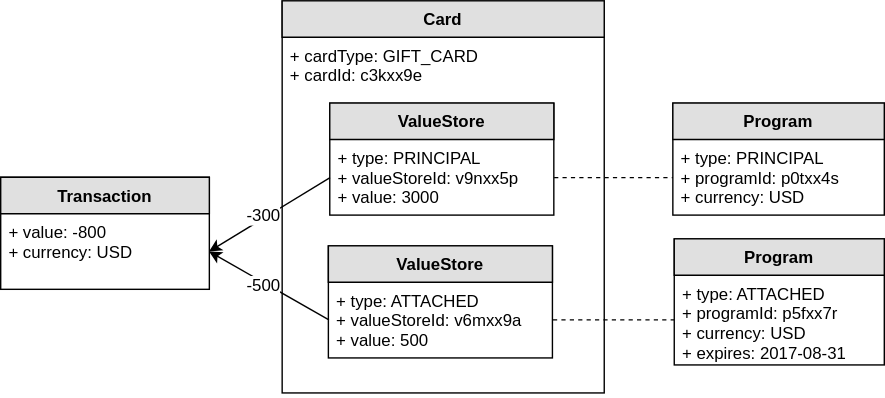
This is docs/assets/transaction-valustores.svg from DecentricCorp/Lightrail-API-Docs, a draw.io export, as it was before one commit. Source tidied: cells renumbered, new cells last; positions are measured from the earlier drawing's top-left corner, leaving out a move shared by most shapes. Source of this version:
```xml
<mxGraphModel background="#ffffff">
  <root>
    <mxCell id="0" />
    <mxCell id="1" parent="0" />
    <mxCell id="2" value="Card" style="swimlane;fontStyle=1;horizontal=1;startSize=26;fillColor=#e0e0e0;swimlaneFillColor=#ffffff;align=center;" parent="1" vertex="1">
      <mxGeometry x="201" width="230" height="280" as="geometry" />
    </mxCell>
    <mxCell id="3" value="+ cardType: GIFT_CARD&#10;+ cardId: c3kxx9e&#10;" style="text;strokeColor=none;fillColor=none;spacingLeft=4;spacingRight=4;overflow=hidden;" parent="2" vertex="1">
      <mxGeometry y="26" width="230" height="254" as="geometry" />
    </mxCell>
    <mxCell id="4" value="ValueStore" style="swimlane;fontStyle=1;horizontal=1;startSize=26;fillColor=#e0e0e0;swimlaneFillColor=#ffffff;align=center;" parent="1" vertex="1">
      <mxGeometry x="235" y="73" width="160" height="80" as="geometry" />
    </mxCell>
    <mxCell id="5" value="+ type: PRINCIPAL&#10;+ valueStoreId: v9nxx5p&#10;+ value: 3000&#10;" style="text;strokeColor=none;fillColor=none;spacingLeft=4;spacingRight=4;overflow=hidden;points=[[0,0.5],[1,0.5]];portConstraint=eastwest;" parent="4" vertex="1">
      <mxGeometry y="26" width="160" height="54" as="geometry" />
    </mxCell>
    <mxCell id="6" value="ValueStore" style="swimlane;fontStyle=1;horizontal=1;startSize=26;fillColor=#e0e0e0;swimlaneFillColor=#ffffff;align=center;" parent="1" vertex="1">
      <mxGeometry x="234" y="175" width="160" height="80" as="geometry" />
    </mxCell>
    <mxCell id="7" value="+ type: ATTACHED&#10;+ valueStoreId: v6mxx9a&#10;+ value: 500&#10;" style="text;strokeColor=none;fillColor=none;spacingLeft=4;spacingRight=4;overflow=hidden;points=[[0,0.5],[1,0.5]];portConstraint=eastwest;" parent="6" vertex="1">
      <mxGeometry y="26" width="160" height="54" as="geometry" />
    </mxCell>
    <mxCell id="8" value="Program" style="swimlane;fontStyle=1;horizontal=1;startSize=26;fillColor=#e0e0e0;swimlaneFillColor=#ffffff;align=center;" parent="1" vertex="1">
      <mxGeometry x="480" y="73" width="151" height="80" as="geometry" />
    </mxCell>
    <mxCell id="9" value="+ type: PRINCIPAL&#10;+ programId: p0txx4s&#10;+ currency: USD" style="text;strokeColor=none;fillColor=none;spacingLeft=4;spacingRight=4;overflow=hidden;points=[[0,0.5],[1,0.5]];portConstraint=eastwest;" parent="8" vertex="1">
      <mxGeometry y="26" width="151" height="54" as="geometry" />
    </mxCell>
    <mxCell id="10" value="Program" style="swimlane;fontStyle=1;horizontal=1;startSize=26;fillColor=#e0e0e0;swimlaneFillColor=#ffffff;align=center;" parent="1" vertex="1">
      <mxGeometry x="481" y="170" width="150" height="90" as="geometry" />
    </mxCell>
    <mxCell id="11" value="+ type: ATTACHED&#10;+ programId: p5fxx7r&#10;+ currency: USD&#10;+ expires: 2017-08-31&#10;" style="text;strokeColor=none;fillColor=none;spacingLeft=4;spacingRight=4;overflow=hidden;points=[[0,0.5],[1,0.5]];portConstraint=eastwest;" parent="10" vertex="1">
      <mxGeometry y="26" width="150" height="64" as="geometry" />
    </mxCell>
    <mxCell id="12" value="Transaction" style="swimlane;fontStyle=1;horizontal=1;startSize=26;fillColor=#e0e0e0;swimlaneFillColor=#ffffff;align=center;" parent="1" vertex="1">
      <mxGeometry y="126" width="149" height="80" as="geometry" />
    </mxCell>
    <mxCell id="13" value="+ value: -800&#10;+ currency: USD&#10;" style="text;strokeColor=none;fillColor=none;spacingLeft=4;spacingRight=4;overflow=hidden;points=[[0,0.5],[1,0.5]];portConstraint=eastwest;" parent="12" vertex="1">
      <mxGeometry y="26" width="149" height="54" as="geometry" />
    </mxCell>
    <mxCell id="14" style="endArrow=classic;html=1;exitX=0;exitY=0.5;entryX=1;entryY=0.5;" parent="1" edge="1" source="7" target="13">
      <mxGeometry relative="1" as="geometry" />
    </mxCell>
    <mxCell id="15" value="-500" style="text;html=1;align=center;verticalAlign=middle;labelBackgroundColor=#ffffff;" parent="14" vertex="1">
      <mxGeometry x="0.02" relative="1" as="geometry">
        <mxPoint x="-3" as="offset" />
      </mxGeometry>
    </mxCell>
    <mxCell id="16" style="endArrow=classic;html=1;exitX=0;exitY=0.5;entryX=1;entryY=0.5;" parent="1" edge="1" source="5" target="13">
      <mxGeometry relative="1" as="geometry" />
    </mxCell>
    <mxCell id="17" value="-300" style="text;html=1;align=center;verticalAlign=middle;labelBackgroundColor=#ffffff;" parent="16" vertex="1">
      <mxGeometry x="-0.01" relative="1" as="geometry">
        <mxPoint x="-5" y="1" as="offset" />
      </mxGeometry>
    </mxCell>
    <mxCell id="18" style="endArrow=none;dashed=1;html=1;entryX=0;entryY=0.5;exitX=1;exitY=0.5;" parent="1" edge="1" source="5" target="9">
      <mxGeometry relative="1" as="geometry" />
    </mxCell>
    <mxCell id="19" style="endArrow=none;dashed=1;html=1;entryX=0;entryY=0.5;exitX=1;exitY=0.5;" parent="1" edge="1" source="7" target="11">
      <mxGeometry relative="1" as="geometry" />
    </mxCell>
  </root>
</mxGraphModel>
```
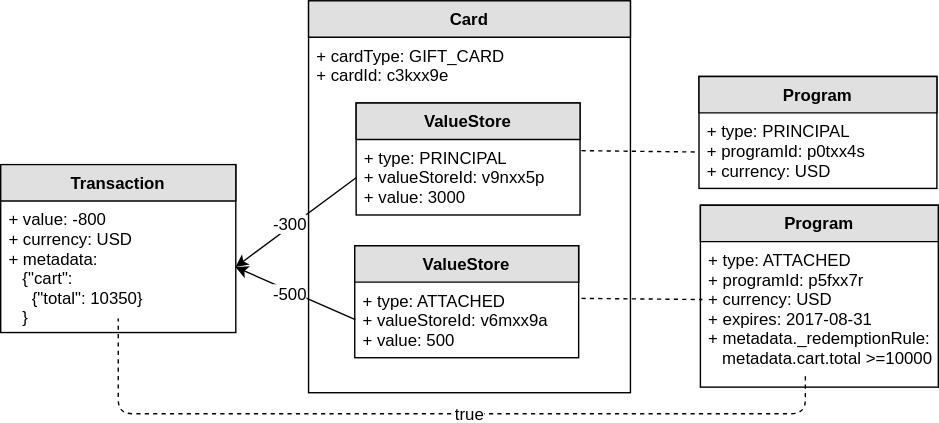
The same file after the commit.

Commit message:
updating the transaction valuestores diagram

What changed in the source:
```diff
@@ -21,22 +21,22 @@
       <mxGeometry y="26" width="160" height="54" as="geometry" />
     </mxCell>
     <mxCell id="8" value="Program" style="swimlane;fontStyle=1;horizontal=1;startSize=26;fillColor=#e0e0e0;swimlaneFillColor=#ffffff;align=center;" parent="1" vertex="1">
-      <mxGeometry x="480" y="73" width="151" height="80" as="geometry" />
+      <mxGeometry x="480" y="54" width="170" height="80" as="geometry" />
     </mxCell>
     <mxCell id="9" value="+ type: PRINCIPAL&#10;+ programId: p0txx4s&#10;+ currency: USD" style="text;strokeColor=none;fillColor=none;spacingLeft=4;spacingRight=4;overflow=hidden;points=[[0,0.5],[1,0.5]];portConstraint=eastwest;" parent="8" vertex="1">
-      <mxGeometry y="26" width="151" height="54" as="geometry" />
+      <mxGeometry y="26" width="170" height="54" as="geometry" />
     </mxCell>
     <mxCell id="10" value="Program" style="swimlane;fontStyle=1;horizontal=1;startSize=26;fillColor=#e0e0e0;swimlaneFillColor=#ffffff;align=center;" parent="1" vertex="1">
-      <mxGeometry x="481" y="170" width="150" height="90" as="geometry" />
+      <mxGeometry x="481" y="146" width="170" height="130" as="geometry" />
     </mxCell>
-    <mxCell id="11" value="+ type: ATTACHED&#10;+ programId: p5fxx7r&#10;+ currency: USD&#10;+ expires: 2017-08-31&#10;" style="text;strokeColor=none;fillColor=none;spacingLeft=4;spacingRight=4;overflow=hidden;points=[[0,0.5],[1,0.5]];portConstraint=eastwest;" parent="10" vertex="1">
-      <mxGeometry y="26" width="150" height="64" as="geometry" />
+    <mxCell id="11" value="+ type: ATTACHED&#10;+ programId: p5fxx7r&#10;+ currency: USD&#10;+ expires: 2017-08-31&#10;+ metadata._redemptionRule:&#10;   metadata.cart.total &gt;=10000" style="text;strokeColor=none;fillColor=none;spacingLeft=4;spacingRight=4;overflow=hidden;points=[[0,0.5],[1,0.5]];portConstraint=eastwest;" parent="10" vertex="1">
+      <mxGeometry y="26" width="170" height="104" as="geometry" />
     </mxCell>
     <mxCell id="12" value="Transaction" style="swimlane;fontStyle=1;horizontal=1;startSize=26;fillColor=#e0e0e0;swimlaneFillColor=#ffffff;align=center;" parent="1" vertex="1">
-      <mxGeometry y="126" width="149" height="80" as="geometry" />
+      <mxGeometry x="-19" y="117" width="168" height="120" as="geometry" />
     </mxCell>
-    <mxCell id="13" value="+ value: -800&#10;+ currency: USD&#10;" style="text;strokeColor=none;fillColor=none;spacingLeft=4;spacingRight=4;overflow=hidden;points=[[0,0.5],[1,0.5]];portConstraint=eastwest;" parent="12" vertex="1">
-      <mxGeometry y="26" width="149" height="54" as="geometry" />
+    <mxCell id="13" value="+ value: -800&#10;+ currency: USD&#10;+ metadata: &#10;   {&quot;cart&quot;:&#10;     {&quot;total&quot;: 10350}&#10;   }" style="text;strokeColor=none;fillColor=none;spacingLeft=4;spacingRight=4;overflow=hidden;points=[[0,0.5],[1,0.5]];portConstraint=eastwest;" parent="12" vertex="1">
+      <mxGeometry y="26" width="168" height="94" as="geometry" />
     </mxCell>
     <mxCell id="14" style="endArrow=classic;html=1;exitX=0;exitY=0.5;entryX=1;entryY=0.5;" parent="1" edge="1" source="7" target="13">
       <mxGeometry relative="1" as="geometry" />
@@ -54,11 +54,28 @@
         <mxPoint x="-5" y="1" as="offset" />
       </mxGeometry>
     </mxCell>
-    <mxCell id="18" style="endArrow=none;dashed=1;html=1;entryX=0;entryY=0.5;exitX=1;exitY=0.5;" parent="1" edge="1" source="5" target="9">
-      <mxGeometry relative="1" as="geometry" />
+    <mxCell id="18" style="endArrow=none;dashed=1;html=1;exitX=1.006;exitY=0.148;exitPerimeter=0;" parent="1" edge="1" source="5">
+      <mxGeometry relative="1" as="geometry">
+        <mxPoint x="480" y="108" as="targetPoint" />
+      </mxGeometry>
     </mxCell>
-    <mxCell id="19" style="endArrow=none;dashed=1;html=1;entryX=0;entryY=0.5;exitX=1;exitY=0.5;" parent="1" edge="1" source="7" target="11">
+    <mxCell id="19" style="endArrow=none;dashed=1;html=1;entryX=0.009;entryY=0.398;exitX=1.013;exitY=0.215;entryPerimeter=0;exitPerimeter=0;" parent="1" edge="1" source="7" target="11">
       <mxGeometry relative="1" as="geometry" />
     </mxCell>
+    <mxCell id="20" style="endArrow=none;dashed=1;html=1;exitX=0.441;exitY=1.021;exitPerimeter=0;fillColor=#FF1F62;" parent="1" edge="1">
+      <mxGeometry relative="1" as="geometry">
+        <mxPoint x="556" y="268.2" as="sourcePoint" />
+        <mxPoint x="65" y="227" as="targetPoint" />
+        <Array as="points">
+          <mxPoint x="556" y="295" />
+          <mxPoint x="65" y="295" />
+        </Array>
+      </mxGeometry>
+    </mxCell>
+    <mxCell id="21" value="true" style="text;html=1;align=center;verticalAlign=middle;labelBackgroundColor=#ffffff;" parent="20" vertex="1">
+      <mxGeometry x="-0.09" y="3" relative="1" as="geometry">
+        <mxPoint y="-3" as="offset" />
+      </mxGeometry>
+    </mxCell>
   </root>
 </mxGraphModel>
```
